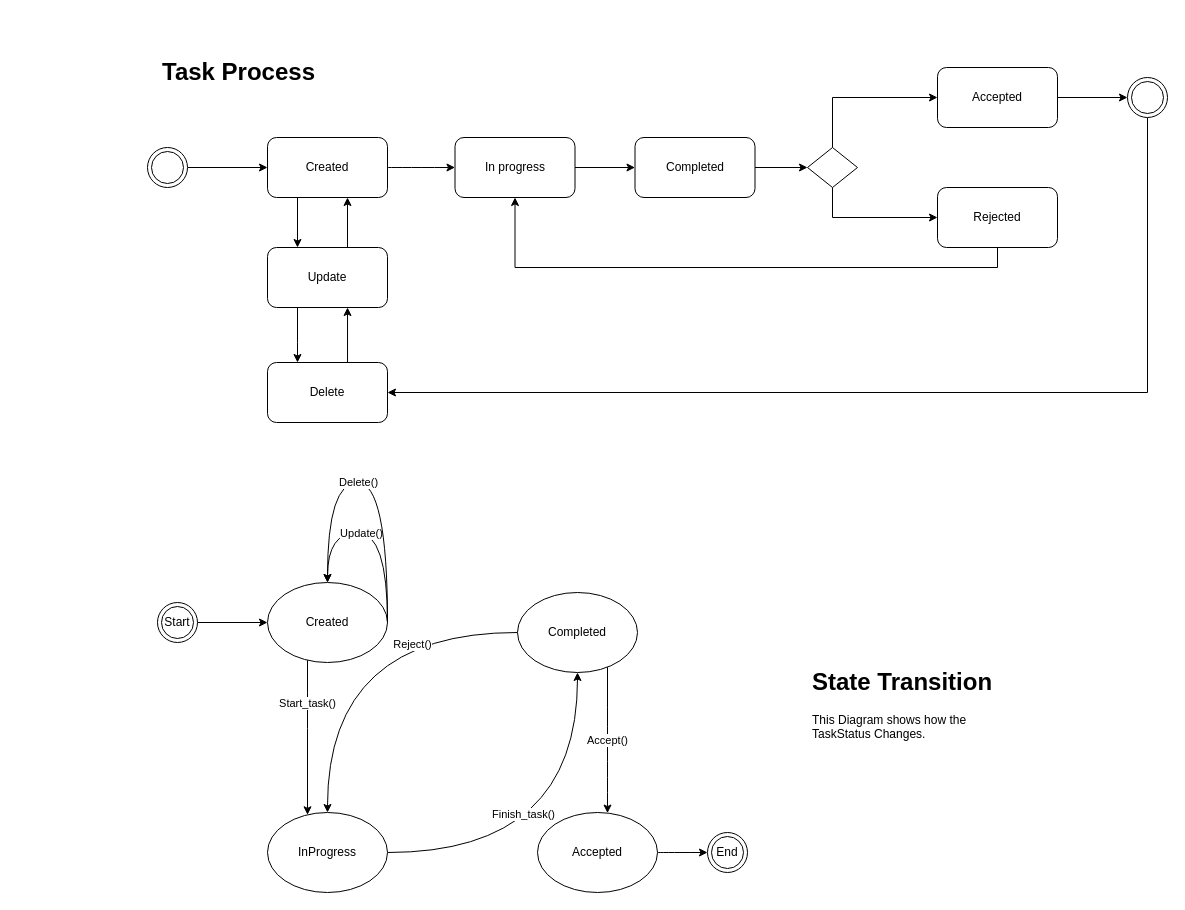
Earlier version of the draw.io diagram designs/architecture/ProcessDesign.drawio (UniversalDot/documents). Source tidied: cells renumbered, new cells numbered last; positions are measured from the earlier drawing's top-left corner, leaving out a move shared by most shapes. Both pictures are drawn from the tidied source at 100%, with x=0, y=0 at pixel (147, 52).
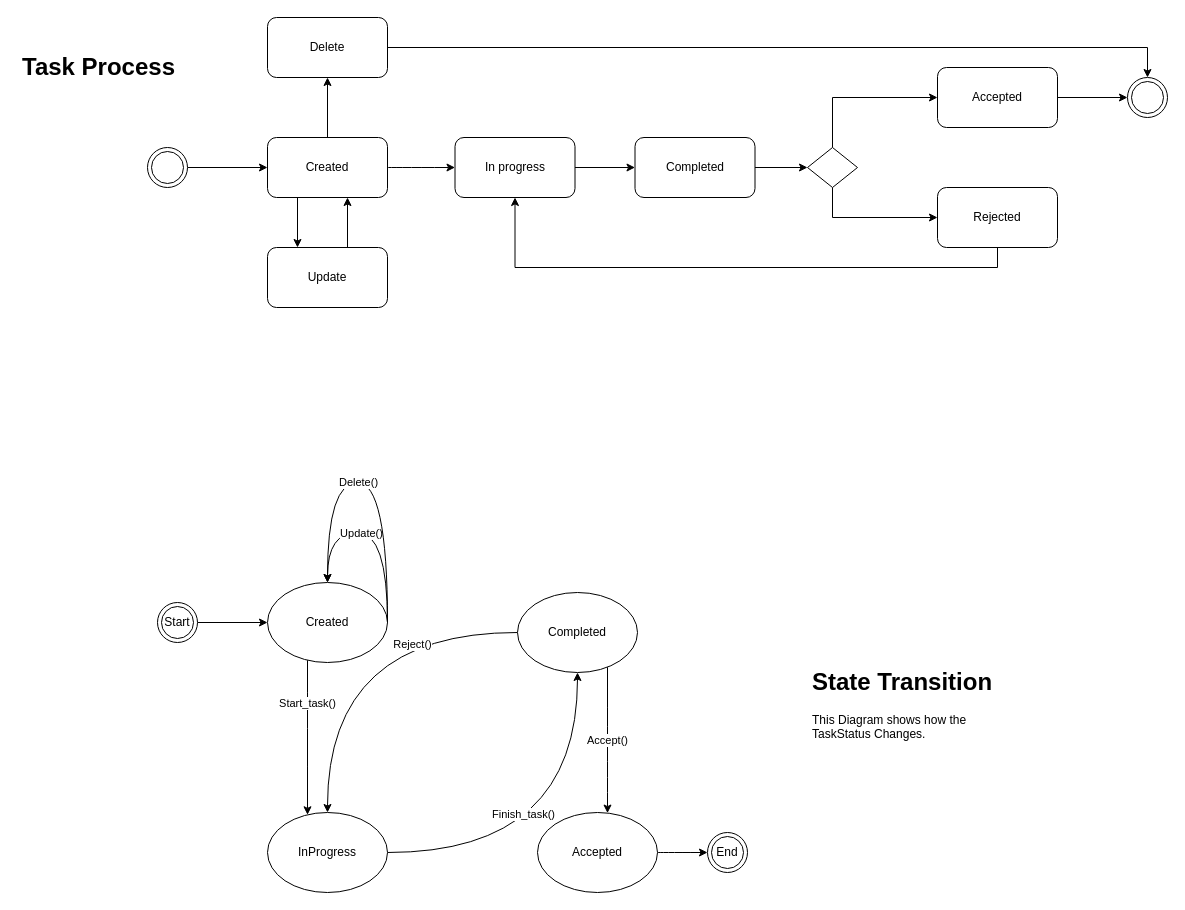
The same diagram, later.

Unchanged cells that the change refers to:
```xml
<mxCell id="6" value="Created" style="rounded=1;whiteSpace=wrap;html=1;" parent="1" vertex="1">
  <mxGeometry x="120" y="85" width="120" height="60" as="geometry" />
</mxCell>
<mxCell id="12" style="ellipse;shape=doubleEllipse;whiteSpace=wrap;html=1;" parent="1" vertex="1">
  <mxGeometry x="980" y="25" width="40" height="40" as="geometry" />
</mxCell>
<mxCell id="22" value="Update" style="rounded=1;whiteSpace=wrap;html=1;" parent="1" vertex="1">
  <mxGeometry x="120" y="195" width="120" height="60" as="geometry" />
</mxCell>
```

What changed in the source:
```diff
@@
+    <mxCell id="45" style="edgeStyle=orthogonalEdgeStyle;rounded=0;jettySize=auto;html=1;entryX=0.5;entryY=1;entryDx=0;entryDy=0;" parent="1" edge="1" source="6" target="44">
+      <mxGeometry relative="1" as="geometry" />
+    </mxCell>
@@
-    <mxCell id="11" style="edgeStyle=orthogonalEdgeStyle;rounded=0;jettySize=auto;html=1;entryX=1;entryY=0.5;entryDx=0;entryDy=0;" parent="1" edge="1" source="12" target="44">
-      <mxGeometry relative="1" as="geometry">
-        <Array as="points">
-          <mxPoint x="1000" y="340" />
-        </Array>
-      </mxGeometry>
-    </mxCell>
@@
-    <mxCell id="21" style="edgeStyle=orthogonalEdgeStyle;rounded=0;jettySize=auto;html=1;entryX=0.25;entryY=0;entryDx=0;entryDy=0;" parent="1" edge="1" source="22" target="44">
-      <mxGeometry relative="1" as="geometry">
-        <Array as="points">
-          <mxPoint x="150" y="290" />
-          <mxPoint x="150" y="290" />
-        </Array>
-      </mxGeometry>
-    </mxCell>
@@
     <mxCell id="23" value="&lt;h1&gt;Task Process&lt;/h1&gt;&lt;p&gt;&lt;br&gt;&lt;/p&gt;&lt;p&gt;&lt;br&gt;&lt;/p&gt;" style="text;html=1;strokeColor=none;fillColor=none;spacing=5;spacingTop=-20;whiteSpace=wrap;overflow=hidden;rounded=0;" parent="1" vertex="1">
-      <mxGeometry x="10" width="190" height="90" as="geometry" />
+      <mxGeometry x="-130" y="-5" width="190" height="90" as="geometry" />
     </mxCell>
@@
-    <mxCell id="43" style="edgeStyle=orthogonalEdgeStyle;rounded=0;jettySize=auto;html=1;entryX=0.667;entryY=1;entryDx=0;entryDy=0;entryPerimeter=0;exitX=0.667;exitY=0.017;exitDx=0;exitDy=0;exitPerimeter=0;" parent="1" edge="1" source="44" target="22">
-      <mxGeometry relative="1" as="geometry" />
-    </mxCell>
+    <mxCell id="46" style="edgeStyle=orthogonalEdgeStyle;rounded=0;jettySize=auto;html=1;entryX=0.5;entryY=0;entryDx=0;entryDy=0;" parent="1" edge="1" source="44" target="12">
+      <mxGeometry relative="1" as="geometry" />
+    </mxCell>
     <mxCell id="44" value="Delete" style="rounded=1;whiteSpace=wrap;html=1;" parent="1" vertex="1">
-      <mxGeometry x="120" y="310" width="120" height="60" as="geometry" />
+      <mxGeometry x="120" y="-35" width="120" height="60" as="geometry" />
     </mxCell>
```
